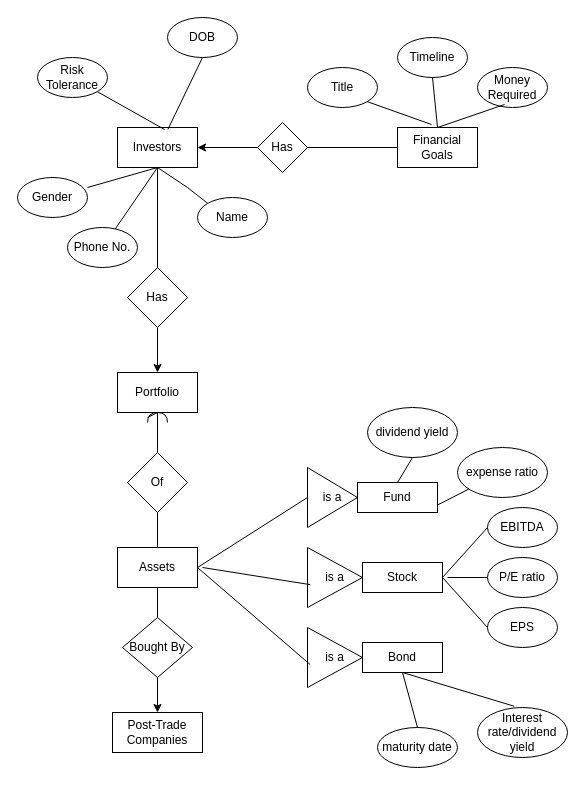
aru6hi/trial-repo keeps this draw.io diagram as lab1.drawio. Above is the earlier version. Source tidied: cells renumbered, new cells numbered last; positions are measured from the earlier drawing's top-left corner, leaving out a move shared by most shapes. Both pictures are drawn from the tidied source at 100%, with x=0, y=0 at pixel (17, 17).
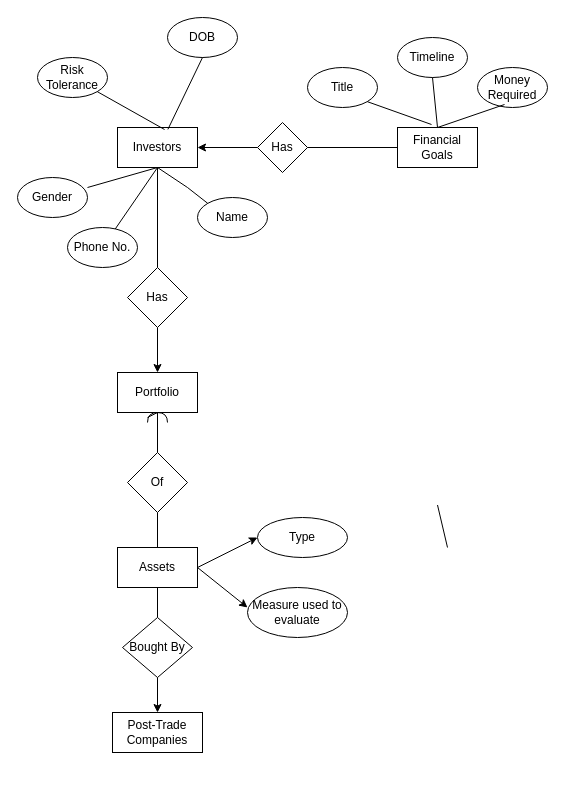
The same diagram, later.

Unchanged cells that the change refers to:
```xml
<mxCell id="23" value="Assets" style="rounded=0;whiteSpace=wrap;html=1;" parent="1" vertex="1">
  <mxGeometry x="100" y="530" width="80" height="40" as="geometry" />
</mxCell>
```

Change to the diagram source:
```diff
@@
-    <mxCell id="24" value="is a" style="triangle;whiteSpace=wrap;html=1;" parent="1" vertex="1">
-      <mxGeometry x="290" y="450" width="50" height="60" as="geometry" />
-    </mxCell>
-    <mxCell id="25" value="is a" style="triangle;whiteSpace=wrap;html=1;" parent="1" vertex="1">
-      <mxGeometry x="290" y="530" width="55" height="60" as="geometry" />
-    </mxCell>
-    <mxCell id="26" value="is a" style="triangle;whiteSpace=wrap;html=1;" parent="1" vertex="1">
-      <mxGeometry x="290" y="610" width="55" height="60" as="geometry" />
-    </mxCell>
-    <mxCell id="27" value="Fund" style="rounded=0;whiteSpace=wrap;html=1;" parent="1" vertex="1">
-      <mxGeometry x="340" y="465" width="80" height="30" as="geometry" />
-    </mxCell>
-    <mxCell id="28" value="Stock" style="rounded=0;whiteSpace=wrap;html=1;" parent="1" vertex="1">
-      <mxGeometry x="345" y="545" width="80" height="30" as="geometry" />
-    </mxCell>
-    <mxCell id="29" value="Bond" style="rounded=0;whiteSpace=wrap;html=1;" parent="1" vertex="1">
-      <mxGeometry x="345" y="625" width="80" height="30" as="geometry" />
-    </mxCell>
-    <mxCell id="30" style="endArrow=none;html=1;rounded=0;exitX=1;exitY=0.5;exitDx=0;exitDy=0;entryX=0;entryY=0.5;entryDx=0;entryDy=0;" parent="1" edge="1" source="23" target="24">
-      <mxGeometry relative="1" as="geometry" />
-    </mxCell>
-    <mxCell id="31" style="endArrow=none;html=1;rounded=0;entryX=0.05;entryY=0.619;entryDx=0;entryDy=0;entryPerimeter=0;" parent="1" edge="1" target="25">
-      <mxGeometry relative="1" as="geometry">
-        <mxPoint x="185" y="550" as="sourcePoint" />
-      </mxGeometry>
-    </mxCell>
-    <mxCell id="32" style="endArrow=none;html=1;rounded=0;exitX=1;exitY=0.5;exitDx=0;exitDy=0;entryX=0.05;entryY=0.619;entryDx=0;entryDy=0;entryPerimeter=0;" parent="1" edge="1" source="23" target="26">
-      <mxGeometry relative="1" as="geometry" />
-    </mxCell>
@@
-    <mxCell id="42" value="P/E ratio" style="ellipse;whiteSpace=wrap;html=1;" parent="1" vertex="1">
-      <mxGeometry x="470" y="540" width="70" height="40" as="geometry" />
-    </mxCell>
-    <mxCell id="43" value="EBITDA" style="ellipse;whiteSpace=wrap;html=1;" parent="1" vertex="1">
-      <mxGeometry x="470" y="490" width="70" height="40" as="geometry" />
-    </mxCell>
-    <mxCell id="44" value="EPS" style="ellipse;whiteSpace=wrap;html=1;" parent="1" vertex="1">
-      <mxGeometry x="470" y="590" width="70" height="40" as="geometry" />
-    </mxCell>
-    <mxCell id="45" style="endArrow=none;html=1;rounded=0;entryX=0;entryY=0.5;entryDx=0;entryDy=0;exitX=1;exitY=0.5;exitDx=0;exitDy=0;" parent="1" edge="1" source="28" target="43">
-      <mxGeometry relative="1" as="geometry" />
-    </mxCell>
-    <mxCell id="46" style="endArrow=none;html=1;rounded=0;entryX=0;entryY=0.5;entryDx=0;entryDy=0;" parent="1" edge="1" target="42">
-      <mxGeometry relative="1" as="geometry">
-        <mxPoint x="430" y="560" as="sourcePoint" />
-      </mxGeometry>
-    </mxCell>
-    <mxCell id="47" style="endArrow=none;html=1;rounded=0;entryX=0;entryY=0.5;entryDx=0;entryDy=0;exitX=1;exitY=0.5;exitDx=0;exitDy=0;" parent="1" edge="1" source="28" target="44">
-      <mxGeometry relative="1" as="geometry" />
-    </mxCell>
-    <mxCell id="48" value="Interest rate/dividend yield" style="ellipse;whiteSpace=wrap;html=1;" parent="1" vertex="1">
-      <mxGeometry x="460" y="690" width="90" height="50" as="geometry" />
-    </mxCell>
-    <mxCell id="49" value="maturity date" style="ellipse;whiteSpace=wrap;html=1;" parent="1" vertex="1">
-      <mxGeometry x="360" y="710" width="80" height="40" as="geometry" />
-    </mxCell>
-    <mxCell id="50" style="endArrow=none;html=1;rounded=0;entryX=0.5;entryY=0;entryDx=0;entryDy=0;exitX=0.5;exitY=1;exitDx=0;exitDy=0;" parent="1" edge="1" source="29" target="49">
-      <mxGeometry relative="1" as="geometry" />
-    </mxCell>
-    <mxCell id="51" style="endArrow=none;html=1;rounded=0;entryX=0.408;entryY=-0.025;entryDx=0;entryDy=0;entryPerimeter=0;exitX=0.5;exitY=1;exitDx=0;exitDy=0;" parent="1" edge="1" source="29" target="48">
-      <mxGeometry relative="1" as="geometry" />
-    </mxCell>
-    <mxCell id="52" value="dividend yield" style="ellipse;whiteSpace=wrap;html=1;" parent="1" vertex="1">
-      <mxGeometry x="350" y="390" width="90" height="50" as="geometry" />
-    </mxCell>
-    <mxCell id="53" value="expense ratio" style="ellipse;whiteSpace=wrap;html=1;" parent="1" vertex="1">
-      <mxGeometry x="440" y="430" width="90" height="50" as="geometry" />
-    </mxCell>
-    <mxCell id="54" style="endArrow=none;html=1;rounded=0;entryX=0.5;entryY=1;entryDx=0;entryDy=0;exitX=0.5;exitY=0;exitDx=0;exitDy=0;" parent="1" edge="1" source="27" target="52">
-      <mxGeometry relative="1" as="geometry" />
-    </mxCell>
-    <mxCell id="55" style="endArrow=none;html=1;rounded=0;exitX=1;exitY=0.75;exitDx=0;exitDy=0;" parent="1" edge="1" source="27" target="53">
-      <mxGeometry relative="1" as="geometry" />
+    <mxCell id="55" style="endArrow=none;html=1;rounded=0;exitX=1;exitY=0.75;exitDx=0;exitDy=0;" parent="1" edge="1">
+      <mxGeometry relative="1" as="geometry">
+        <mxPoint x="420" y="487.5" as="sourcePoint" />
+        <mxPoint x="430" y="530" as="targetPoint" />
+      </mxGeometry>
     </mxCell>
@@
+    <mxCell id="60" style="endArrow=classic;html=1;rounded=0;" parent="1" edge="1">
+      <mxGeometry relative="1" as="geometry">
+        <mxPoint x="180" y="550" as="sourcePoint" />
+        <mxPoint x="230" y="590" as="targetPoint" />
+      </mxGeometry>
+    </mxCell>
+    <mxCell id="61" style="endArrow=classic;html=1;rounded=0;" parent="1" edge="1">
+      <mxGeometry relative="1" as="geometry">
+        <mxPoint x="180" y="550" as="sourcePoint" />
+        <mxPoint x="240" y="520" as="targetPoint" />
+      </mxGeometry>
+    </mxCell>
+    <mxCell id="62" value="Type" style="ellipse;whiteSpace=wrap;html=1;" parent="1" vertex="1">
+      <mxGeometry x="240" y="500" width="90" height="40" as="geometry" />
+    </mxCell>
+    <mxCell id="63" value="Measure used to evaluate" style="ellipse;whiteSpace=wrap;html=1;" parent="1" vertex="1">
+      <mxGeometry x="230" y="570" width="100" height="50" as="geometry" />
+    </mxCell>
```
